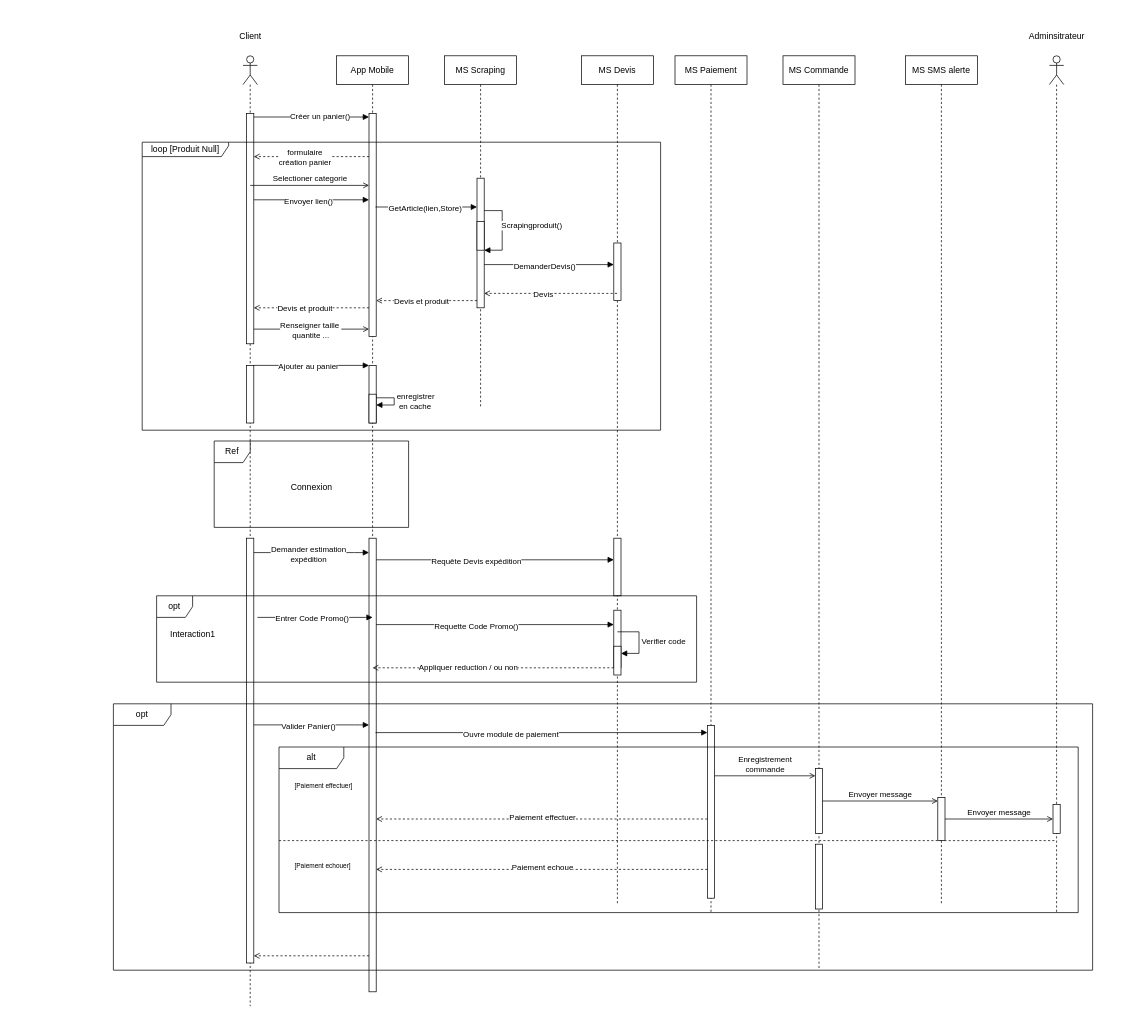
kbvac/Diagramme-UML keeps this draw.io diagram as page "DS-MFS-Panier" (2 of 3) of Diagramme_MyFrench_Shop.drawio. Above is the earlier version. Source tidied: cells renumbered, new cells numbered last; positions are measured from the earlier drawing's top-left corner, leaving out a move shared by most shapes. Both pictures are drawn from the tidied source at 72%, with x=0, y=0 at pixel (113, 25).
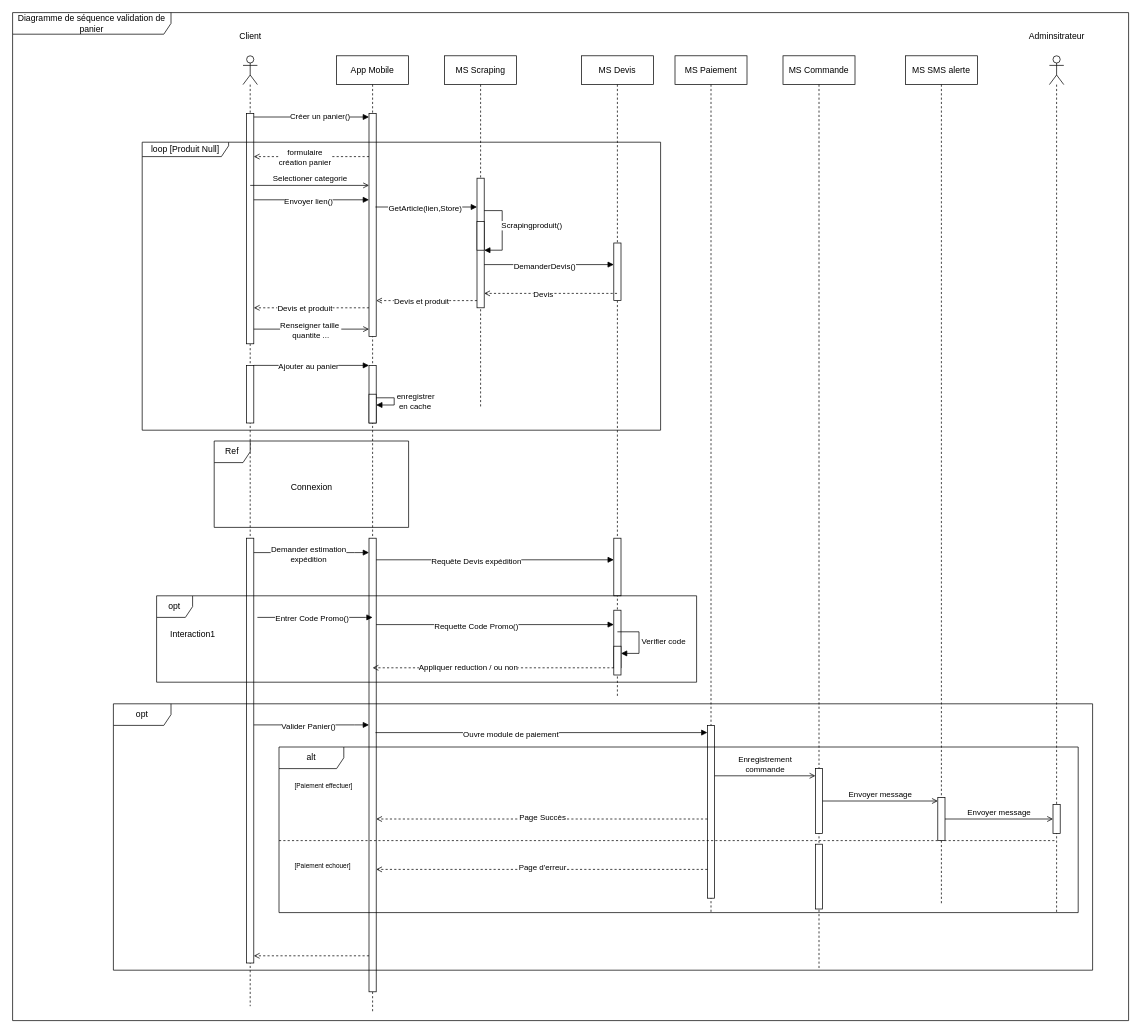
The same page after the edit.

The change refers to these unchanged cells:
```xml
<mxCell id="53" style="html=1;verticalAlign=bottom;labelBackgroundColor=none;endArrow=open;endFill=0;dashed=1;rounded=0;" parent="48" edge="1" source="45">
  <mxGeometry relative="1" as="geometry">
    <mxPoint x="365" y="160" as="targetPoint" />
    <Array as="points">
      <mxPoint x="440" y="160" />
    </Array>
  </mxGeometry>
</mxCell>
<mxCell id="73" style="html=1;verticalAlign=bottom;labelBackgroundColor=none;endArrow=open;endFill=0;dashed=1;rounded=0;" parent="1" edge="1" source="45">
  <mxGeometry relative="1" as="geometry">
    <mxPoint x="365" y="1172" as="targetPoint" />
    <Array as="points">
      <mxPoint x="425" y="1172" />
    </Array>
  </mxGeometry>
</mxCell>
```

Change to the diagram source:
```diff
@@
     <mxCell id="13" value="MS Devis" style="shape=umlLifeline;perimeter=lifelinePerimeter;whiteSpace=wrap;html=1;outlineConnect=0;portConstraint=eastwest;newEdgeStyle={&quot;edgeStyle&quot;:&quot;elbowEdgeStyle&quot;,&quot;elbow&quot;:&quot;vertical&quot;,&quot;curved&quot;:0,&quot;rounded&quot;:0};" parent="1" vertex="1">
-      <mxGeometry x="650" y="42" width="100" height="1180" as="geometry" />
+      <mxGeometry x="650" y="42" width="100" height="890" as="geometry" />
     </mxCell>
@@
     <mxCell id="19" value="App Mobile" style="shape=umlLifeline;perimeter=lifelinePerimeter;whiteSpace=wrap;html=1;newEdgeStyle={&quot;edgeStyle&quot;:&quot;elbowEdgeStyle&quot;,&quot;elbow&quot;:&quot;vertical&quot;,&quot;curved&quot;:0,&quot;rounded&quot;:0};" parent="1" vertex="1">
-      <mxGeometry x="310" y="42" width="100" height="1300" as="geometry" />
+      <mxGeometry x="310" y="42" width="100" height="1330" as="geometry" />
     </mxCell>
@@
-    <mxCell id="54" value="Paiement effectuer" style="edgeLabel;html=1;align=center;verticalAlign=middle;" parent="53" vertex="1">
+    <mxCell id="54" value="Page Succès" style="edgeLabel;html=1;align=center;verticalAlign=middle;" parent="53" vertex="1">
       <mxGeometry y="-3" relative="1" as="geometry" />
     </mxCell>
@@
-    <mxCell id="74" value="Paiement echoue" style="edgeLabel;html=1;align=center;verticalAlign=middle;" parent="73" vertex="1">
+    <mxCell id="74" value="Page d'erreur" style="edgeLabel;html=1;align=center;verticalAlign=middle;" parent="73" vertex="1">
       <mxGeometry y="-3" relative="1" as="geometry" />
     </mxCell>
@@
+    <mxCell id="87" value="Diagramme de séquence validation de panier" style="shape=umlFrame;whiteSpace=wrap;html=1;width=220;height=30;" parent="1" vertex="1">
+      <mxGeometry x="-140" y="-18" width="1550" height="1400" as="geometry" />
+    </mxCell>
```
